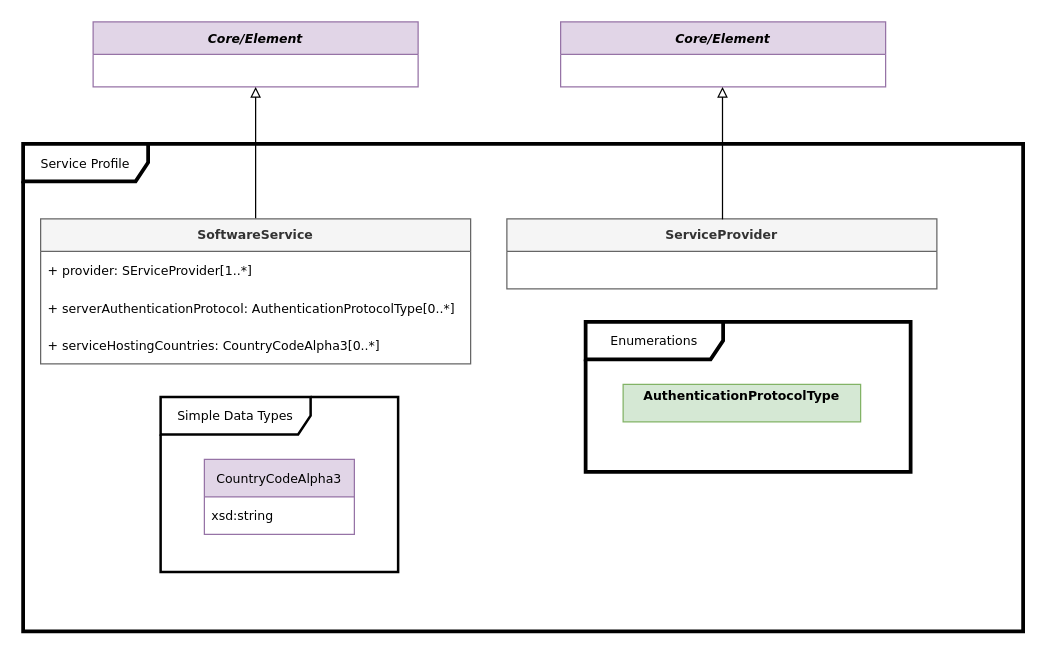
This is page "Service" (9 of 9) of docs/model.drawio from spdx/spdx-3-model, a draw.io file, before an edit. Source tidied: cells renumbered, new cells numbered last; positions are measured from the earlier drawing's top-left corner, leaving out a move shared by most shapes. Both pictures are drawn from the tidied source at 125%, with x=0, y=0 at pixel (22, 21).
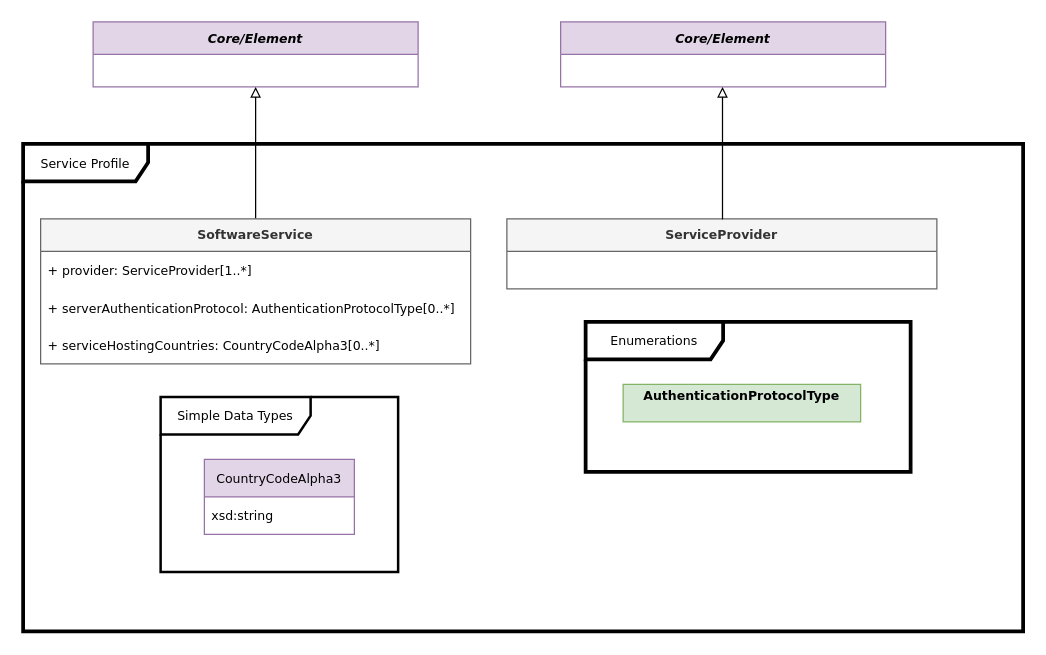
After the change.

The edit, as a diff of the source:
```diff
@@
 <mxGraphModel>
   <root>
     <mxCell id="0" />
     <mxCell id="1" parent="0" />
     <mxCell id="2" value="Core/Element" style="swimlane;fontStyle=3;horizontal=1;startSize=26;fillColor=#e1d5e7;strokeColor=#9673a6;fontFamily=Verdana;fontSize=10;" parent="1" vertex="1">
       <mxGeometry x="56" width="260" height="52" as="geometry" />
     </mxCell>
     <mxCell id="3" style="endArrow=block;html=1;rounded=0;entryX=0.5;entryY=1;entryDx=0;entryDy=0;exitX=0.5;exitY=0;exitDx=0;exitDy=0;endFill=0;fontFamily=Verdana;fontSize=10;" parent="1" edge="1" source="5" target="2">
       <mxGeometry relative="1" as="geometry" />
     </mxCell>
     <mxCell id="4" value="Service Profile" style="shape=umlFrame;whiteSpace=wrap;html=1;width=100;height=30;strokeWidth=3;fontFamily=Verdana;fontSize=10;" parent="1" vertex="1">
       <mxGeometry y="97.5" width="800" height="390" as="geometry" />
     </mxCell>
     <mxCell id="5" value="SoftwareService" style="swimlane;fontStyle=1;horizontal=1;startSize=26;fillColor=#f5f5f5;strokeColor=#666666;fontColor=#333333;fontFamily=Verdana;fontSize=10;" parent="1" vertex="1">
       <mxGeometry x="14" y="157.5" width="344" height="116" as="geometry" />
     </mxCell>
-    <mxCell id="6" value="+ provider: SErviceProvider[1..*]" style="text;strokeColor=none;fillColor=none;align=left;verticalAlign=middle;spacingLeft=4;spacingRight=4;overflow=hidden;whiteSpace=wrap;html=1;fontFamily=Verdana;fontSize=10;" parent="5" vertex="1">
+    <mxCell id="6" value="+ provider: ServiceProvider[1..*]" style="text;strokeColor=none;fillColor=none;align=left;verticalAlign=middle;spacingLeft=4;spacingRight=4;overflow=hidden;whiteSpace=wrap;html=1;fontFamily=Verdana;fontSize=10;" parent="5" vertex="1">
       <mxGeometry y="26" width="344" height="30" as="geometry" />
     </mxCell>
     <mxCell id="7" value="+ serverAuthenticationProtocol:&amp;nbsp;AuthenticationProtocolType[0..*]" style="text;strokeColor=none;fillColor=none;align=left;verticalAlign=middle;spacingLeft=4;spacingRight=4;overflow=hidden;whiteSpace=wrap;html=1;fontFamily=Verdana;fontSize=10;" parent="5" vertex="1">
       <mxGeometry y="56" width="344" height="30" as="geometry" />
     </mxCell>
     <mxCell id="8" value="+ serviceHostingCountries: CountryCodeAlpha3[0..*]" style="text;strokeColor=none;fillColor=none;align=left;verticalAlign=middle;spacingLeft=4;spacingRight=4;overflow=hidden;whiteSpace=wrap;html=1;fontFamily=Verdana;fontSize=10;" parent="5" vertex="1">
       <mxGeometry y="86" width="344" height="30" as="geometry" />
     </mxCell>
     <mxCell id="9" value="ServiceProvider" style="swimlane;fontStyle=1;horizontal=1;startSize=26;fillColor=#f5f5f5;strokeColor=#666666;fontColor=#333333;fontFamily=Verdana;fontSize=10;" parent="1" vertex="1">
       <mxGeometry x="387" y="157.5" width="344" height="56" as="geometry" />
     </mxCell>
     <mxCell id="10" value="Core/Element" style="swimlane;fontStyle=3;horizontal=1;startSize=26;fillColor=#e1d5e7;strokeColor=#9673a6;fontFamily=Verdana;fontSize=10;" parent="1" vertex="1">
       <mxGeometry x="430" width="260" height="52" as="geometry" />
     </mxCell>
     <mxCell id="11" style="endArrow=block;html=1;rounded=0;entryX=0.5;entryY=1;entryDx=0;entryDy=0;exitX=0.5;exitY=0;exitDx=0;exitDy=0;endFill=0;fontFamily=Verdana;fontSize=10;" parent="1" edge="1">
       <mxGeometry relative="1" as="geometry">
         <mxPoint x="559.5" y="158" as="sourcePoint" />
         <mxPoint x="559.5" y="52" as="targetPoint" />
       </mxGeometry>
     </mxCell>
     <mxCell id="12" value="Simple Data Types" style="shape=umlFrame;whiteSpace=wrap;html=1;width=120;height=30;strokeWidth=2;fontFamily=Verdana;fontSize=10;fontStyle=0;" parent="1" vertex="1">
       <mxGeometry x="110" y="300" width="190" height="140" as="geometry" />
     </mxCell>
     <mxCell id="13" value="&lt;span style=&quot;text-align: left;&quot;&gt;CountryCodeAlpha3&lt;/span&gt;" style="swimlane;fontStyle=0;horizontal=1;startSize=30;whiteSpace=wrap;html=1;fontFamily=Verdana;fontSize=10;fillColor=#e1d5e7;strokeColor=#9673a6;" parent="1" vertex="1">
       <mxGeometry x="145" y="350" width="120" height="60" as="geometry" />
     </mxCell>
     <mxCell id="14" value="xsd:string" style="text;strokeColor=none;fillColor=none;align=left;verticalAlign=middle;spacingLeft=4;spacingRight=4;overflow=hidden;whiteSpace=wrap;html=1;fontFamily=Verdana;fontSize=10;" parent="13" vertex="1">
       <mxGeometry y="30" width="120" height="30" as="geometry" />
     </mxCell>
     <mxCell id="15" value="Enumerations" style="shape=umlFrame;whiteSpace=wrap;html=1;width=110;height=30;strokeWidth=3;fontFamily=Verdana;fontSize=10;fontStyle=0;" parent="1" vertex="1">
       <mxGeometry x="450" y="240" width="260" height="120" as="geometry" />
     </mxCell>
     <mxCell id="16" value="&lt;p style=&quot;margin: 4px 0px 0px; text-align: center;&quot;&gt;&lt;span style=&quot;text-align: left; text-wrap-mode: wrap;&quot;&gt;&lt;b&gt;AuthenticationProtocolType&lt;/b&gt;&lt;/span&gt;&lt;/p&gt;" style="verticalAlign=top;align=left;overflow=fill;fontSize=10;fontFamily=Verdana;html=1;fillColor=#d5e8d4;strokeColor=#82b366;fontStyle=0;" parent="1" vertex="1">
       <mxGeometry x="480" y="290" width="190" height="30" as="geometry" />
     </mxCell>
   </root>
 </mxGraphModel>
```
